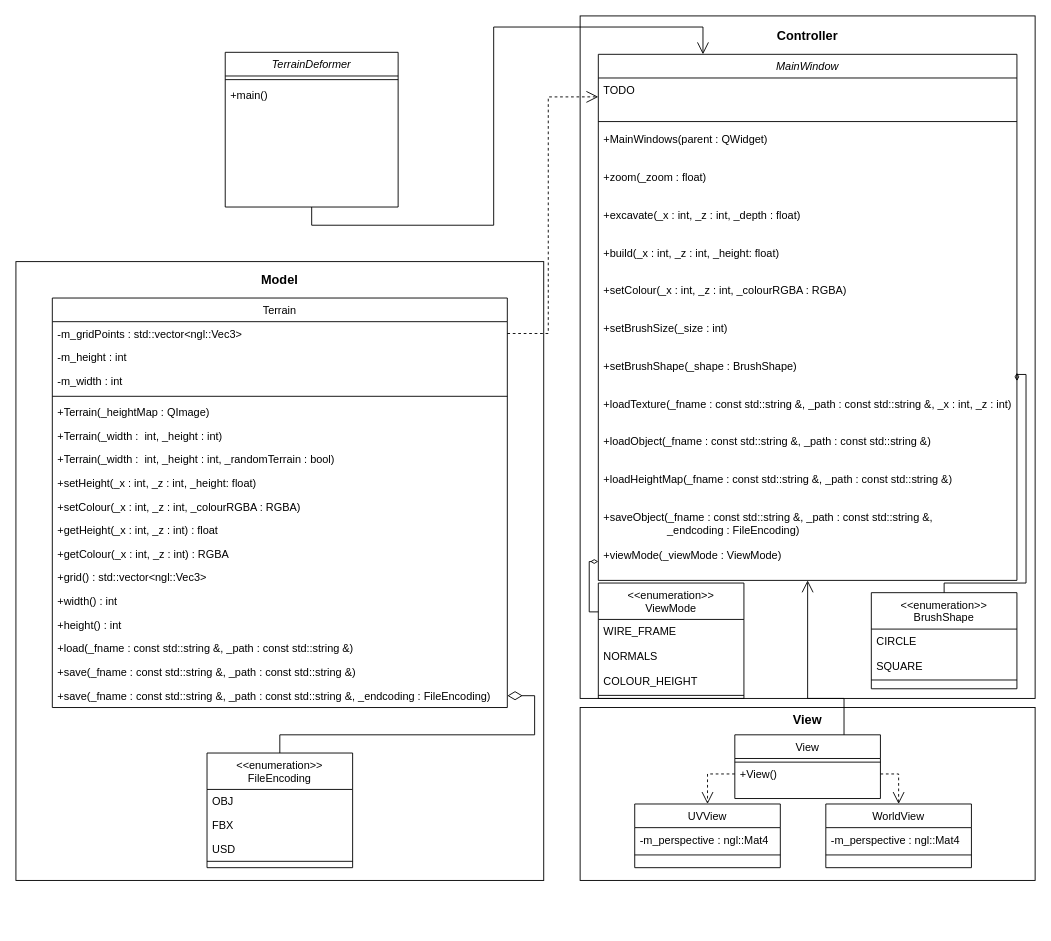
This is img/ase_class_diagram.drawio from Olluo/geometry-clipmaps-demo, a draw.io file, before an edit. Source tidied: cells renumbered, new cells numbered last; positions are measured from the earlier drawing's top-left corner, leaving out a move shared by most shapes. Both pictures are drawn from the tidied source at 91%, with x=0, y=0 at pixel (15, 15).
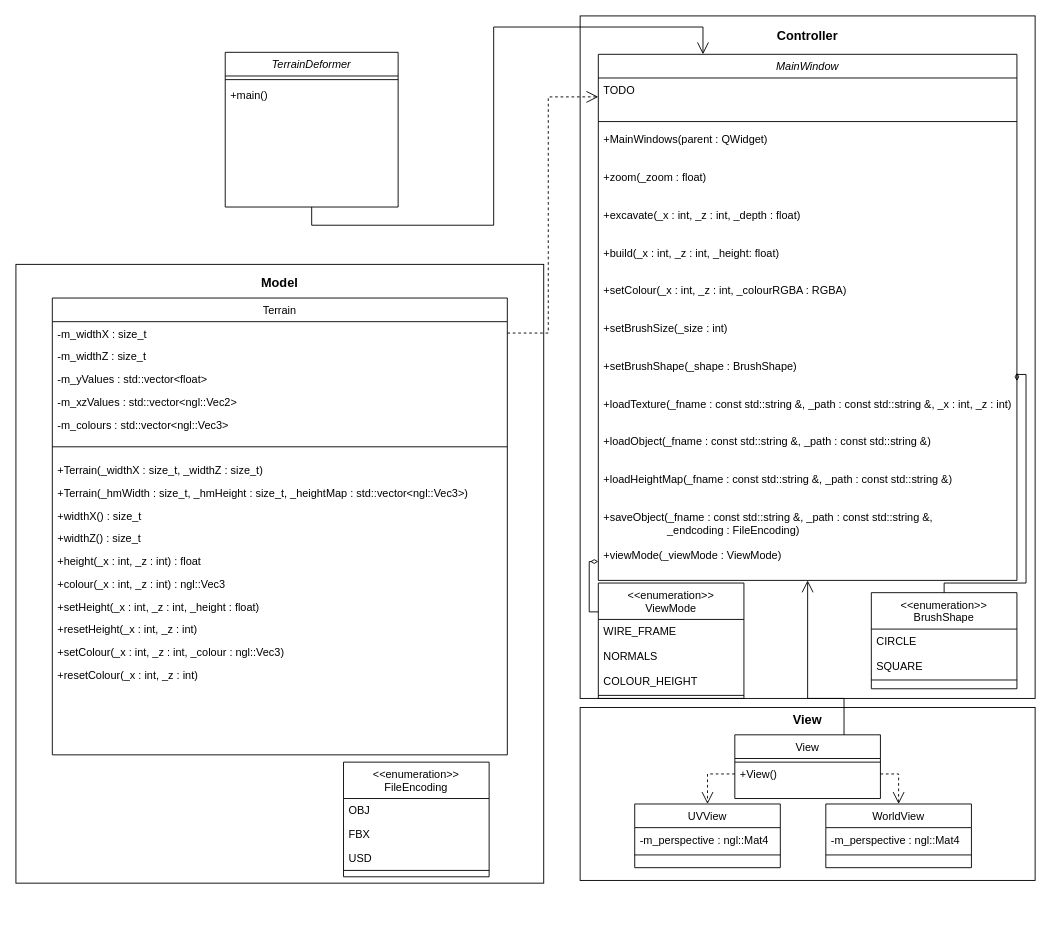
The same diagram, later.

The edit, as a diff of the source:
```diff
@@
     <mxCell id="2" style="group;" parent="1" vertex="1">
-      <mxGeometry y="270" width="580" height="680" as="geometry" />
+      <mxGeometry y="273" width="580" height="726" as="geometry" />
     </mxCell>
@@
+    <mxCell id="52" value="&lt;&lt;enumeration&gt;&gt;&#10;FileEncoding" style="swimlane;fontStyle=0;align=center;verticalAlign=top;horizontal=1;startSize=40;rounded=0;shadow=0;strokeWidth=1;" parent="2" vertex="1">
+      <mxGeometry x="360" y="547" width="160" height="126" as="geometry" />
+    </mxCell>
+    <mxCell id="53" value="OBJ" style="text;align=left;verticalAlign=top;spacingLeft=4;spacingRight=4;overflow=hidden;" parent="52" vertex="1">
+      <mxGeometry y="40" width="160" height="26" as="geometry" />
+    </mxCell>
+    <mxCell id="54" value="FBX" style="text;align=left;verticalAlign=top;spacingLeft=4;spacingRight=4;overflow=hidden;" parent="52" vertex="1">
+      <mxGeometry y="66" width="160" height="26" as="geometry" />
+    </mxCell>
+    <mxCell id="55" value="USD" style="text;align=left;verticalAlign=top;spacingLeft=4;spacingRight=4;overflow=hidden;" parent="52" vertex="1">
+      <mxGeometry y="92" width="160" height="26" as="geometry" />
+    </mxCell>
+    <mxCell id="56" style="line;html=1;strokeWidth=1;align=left;verticalAlign=middle;spacingTop=-1;spacingLeft=3;spacingRight=3;labelPosition=right;" parent="52" vertex="1">
+      <mxGeometry y="118" width="160" height="2" as="geometry" />
+    </mxCell>
@@
     <mxCell id="34" value="Terrain" style="swimlane;fontStyle=0;align=center;verticalAlign=top;horizontal=1;startSize=26;rounded=0;shadow=0;strokeWidth=1;" parent="1" vertex="1">
-      <mxGeometry x="40" y="310" width="500" height="450" as="geometry" />
+      <mxGeometry x="40" y="310" width="500" height="502" as="geometry" />
     </mxCell>
-    <mxCell id="35" value="-m_gridPoints : std::vector&lt;ngl::Vec3&gt;" style="text;align=left;verticalAlign=top;spacingLeft=4;spacingRight=4;overflow=hidden;points=[[0,0.5],[1,0.5]];portConstraint=eastwest;" parent="34" vertex="1">
-      <mxGeometry y="26" width="500" height="26" as="geometry" />
+    <mxCell id="35" value="-m_widthX : size_t" style="text;align=left;verticalAlign=top;spacingLeft=4;spacingRight=4;overflow=hidden;points=[[0,0.5],[1,0.5]];portConstraint=eastwest;" parent="34" vertex="1">
+      <mxGeometry y="26" width="500" height="25" as="geometry" />
     </mxCell>
-    <mxCell id="36" value="-m_height : int" style="text;align=left;verticalAlign=top;spacingLeft=4;spacingRight=4;overflow=hidden;" parent="34" vertex="1">
-      <mxGeometry y="52" width="500" height="26" as="geometry" />
-    </mxCell>
-    <mxCell id="37" value="-m_width : int" style="text;align=left;verticalAlign=top;spacingLeft=4;spacingRight=4;overflow=hidden;" parent="34" vertex="1">
-      <mxGeometry y="78" width="500" height="26" as="geometry" />
-    </mxCell>
+    <mxCell id="78" value="-m_widthZ : size_t" style="text;align=left;verticalAlign=top;spacingLeft=4;spacingRight=4;overflow=hidden;" parent="34" vertex="1">
+      <mxGeometry y="51" width="500" height="25" as="geometry" />
+    </mxCell>
+    <mxCell id="79" value="-m_yValues : std::vector&lt;float&gt;" style="text;align=left;verticalAlign=top;spacingLeft=4;spacingRight=4;overflow=hidden;" parent="34" vertex="1">
+      <mxGeometry y="76" width="500" height="25" as="geometry" />
+    </mxCell>
+    <mxCell id="80" value="-m_xzValues : std::vector&lt;ngl::Vec2&gt;" style="text;align=left;verticalAlign=top;spacingLeft=4;spacingRight=4;overflow=hidden;" parent="34" vertex="1">
+      <mxGeometry y="101" width="500" height="25" as="geometry" />
+    </mxCell>
+    <mxCell id="81" value="-m_colours : std::vector&lt;ngl::Vec3&gt;" style="text;align=left;verticalAlign=top;spacingLeft=4;spacingRight=4;overflow=hidden;" parent="34" vertex="1">
+      <mxGeometry y="126" width="500" height="25" as="geometry" />
+    </mxCell>
     <mxCell id="38" style="line;html=1;strokeWidth=1;align=left;verticalAlign=middle;spacingTop=-1;spacingLeft=3;spacingRight=3;labelPosition=right;" parent="34" vertex="1">
-      <mxGeometry y="104" width="500" height="8" as="geometry" />
+      <mxGeometry y="151" width="500" height="25" as="geometry" />
     </mxCell>
-    <mxCell id="39" value="+Terrain(_heightMap : QImage)" style="text;align=left;verticalAlign=top;spacingLeft=4;spacingRight=4;overflow=hidden;" parent="34" vertex="1">
-      <mxGeometry y="112" width="500" height="26" as="geometry" />
-    </mxCell>
-    <mxCell id="40" value="+Terrain(_width :  int, _height : int)" style="text;align=left;verticalAlign=top;spacingLeft=4;spacingRight=4;overflow=hidden;" parent="34" vertex="1">
-      <mxGeometry y="138" width="500" height="26" as="geometry" />
-    </mxCell>
-    <mxCell id="41" value="+Terrain(_width :  int, _height : int, _randomTerrain : bool)" style="text;align=left;verticalAlign=top;spacingLeft=4;spacingRight=4;overflow=hidden;" parent="34" vertex="1">
-      <mxGeometry y="164" width="500" height="26" as="geometry" />
-    </mxCell>
-    <mxCell id="42" value="+setHeight(_x : int, _z : int, _height: float)" style="text;align=left;verticalAlign=top;spacingLeft=4;spacingRight=4;overflow=hidden;" parent="34" vertex="1">
-      <mxGeometry y="190" width="500" height="26" as="geometry" />
-    </mxCell>
-    <mxCell id="43" value="+setColour(_x : int, _z : int, _colourRGBA : RGBA)" style="text;align=left;verticalAlign=top;spacingLeft=4;spacingRight=4;overflow=hidden;" parent="34" vertex="1">
-      <mxGeometry y="216" width="500" height="26" as="geometry" />
-    </mxCell>
-    <mxCell id="44" value="+getHeight(_x : int, _z : int) : float" style="text;align=left;verticalAlign=top;spacingLeft=4;spacingRight=4;overflow=hidden;" parent="34" vertex="1">
-      <mxGeometry y="242" width="500" height="26" as="geometry" />
-    </mxCell>
-    <mxCell id="45" value="+getColour(_x : int, _z : int) : RGBA" style="text;align=left;verticalAlign=top;spacingLeft=4;spacingRight=4;overflow=hidden;" parent="34" vertex="1">
-      <mxGeometry y="268" width="500" height="26" as="geometry" />
-    </mxCell>
-    <mxCell id="46" value="+grid() : std::vector&lt;ngl::Vec3&gt;" style="text;align=left;verticalAlign=top;spacingLeft=4;spacingRight=4;overflow=hidden;" parent="34" vertex="1">
-      <mxGeometry y="294" width="500" height="26" as="geometry" />
-    </mxCell>
-    <mxCell id="47" value="+width() : int" style="text;align=left;verticalAlign=top;spacingLeft=4;spacingRight=4;overflow=hidden;" parent="34" vertex="1">
-      <mxGeometry y="320" width="500" height="26" as="geometry" />
-    </mxCell>
-    <mxCell id="48" value="+height() : int" style="text;align=left;verticalAlign=top;spacingLeft=4;spacingRight=4;overflow=hidden;" parent="34" vertex="1">
-      <mxGeometry y="346" width="500" height="26" as="geometry" />
-    </mxCell>
-    <mxCell id="49" value="+load(_fname : const std::string &amp;, _path : const std::string &amp;)" style="text;align=left;verticalAlign=top;spacingLeft=4;spacingRight=4;overflow=hidden;" parent="34" vertex="1">
-      <mxGeometry y="372" width="500" height="26" as="geometry" />
-    </mxCell>
-    <mxCell id="50" value="+save(_fname : const std::string &amp;, _path : const std::string &amp;)" style="text;align=left;verticalAlign=top;spacingLeft=4;spacingRight=4;overflow=hidden;" parent="34" vertex="1">
-      <mxGeometry y="398" width="500" height="26" as="geometry" />
-    </mxCell>
-    <mxCell id="51" value="+save(_fname : const std::string &amp;, _path : const std::string &amp;, _endcoding : FileEncoding)" style="text;align=left;verticalAlign=top;spacingLeft=4;spacingRight=4;overflow=hidden;points=[[0,0.5],[1,0.5]];portConstraint=eastwest;" parent="34" vertex="1">
-      <mxGeometry y="424" width="500" height="26" as="geometry" />
-    </mxCell>
-    <mxCell id="52" value="&lt;&lt;enumeration&gt;&gt;&#10;FileEncoding" style="swimlane;fontStyle=0;align=center;verticalAlign=top;horizontal=1;startSize=40;rounded=0;shadow=0;strokeWidth=1;" parent="1" vertex="1">
-      <mxGeometry x="210" y="810" width="160" height="126" as="geometry" />
-    </mxCell>
-    <mxCell id="53" value="OBJ" style="text;align=left;verticalAlign=top;spacingLeft=4;spacingRight=4;overflow=hidden;" parent="52" vertex="1">
-      <mxGeometry y="40" width="160" height="26" as="geometry" />
-    </mxCell>
-    <mxCell id="54" value="FBX" style="text;align=left;verticalAlign=top;spacingLeft=4;spacingRight=4;overflow=hidden;" parent="52" vertex="1">
-      <mxGeometry y="66" width="160" height="26" as="geometry" />
-    </mxCell>
-    <mxCell id="55" value="USD" style="text;align=left;verticalAlign=top;spacingLeft=4;spacingRight=4;overflow=hidden;" parent="52" vertex="1">
-      <mxGeometry y="92" width="160" height="26" as="geometry" />
-    </mxCell>
-    <mxCell id="56" style="line;html=1;strokeWidth=1;align=left;verticalAlign=middle;spacingTop=-1;spacingLeft=3;spacingRight=3;labelPosition=right;" parent="52" vertex="1">
-      <mxGeometry y="118" width="160" height="2" as="geometry" />
-    </mxCell>
-    <mxCell id="57" style="edgeStyle=orthogonalEdgeStyle;rounded=0;jettySize=auto;html=1;exitX=1;exitY=0.5;exitDx=0;exitDy=0;entryX=0.5;entryY=0;entryDx=0;entryDy=0;startArrow=diamondThin;startFill=0;endArrow=none;endFill=0;strokeWidth=1;jumpSize=10;endSize=11;startSize=14;" parent="1" edge="1" source="51" target="52">
-      <mxGeometry relative="1" as="geometry" />
-    </mxCell>
+    <mxCell id="82" value="+Terrain(_widthX : size_t, _widthZ : size_t)" style="text;align=left;verticalAlign=top;spacingLeft=4;spacingRight=4;overflow=hidden;" parent="34" vertex="1">
+      <mxGeometry y="176" width="500" height="25" as="geometry" />
+    </mxCell>
+    <mxCell id="83" value="+Terrain(_hmWidth : size_t, _hmHeight : size_t, _heightMap : std::vector&lt;ngl::Vec3&gt;)" style="text;align=left;verticalAlign=top;spacingLeft=4;spacingRight=4;overflow=hidden;" parent="34" vertex="1">
+      <mxGeometry y="201" width="500" height="25" as="geometry" />
+    </mxCell>
+    <mxCell id="84" value="+widthX() : size_t" style="text;align=left;verticalAlign=top;spacingLeft=4;spacingRight=4;overflow=hidden;" parent="34" vertex="1">
+      <mxGeometry y="226" width="500" height="25" as="geometry" />
+    </mxCell>
+    <mxCell id="85" value="+widthZ() : size_t" style="text;align=left;verticalAlign=top;spacingLeft=4;spacingRight=4;overflow=hidden;" parent="34" vertex="1">
+      <mxGeometry y="251" width="500" height="25" as="geometry" />
+    </mxCell>
+    <mxCell id="86" value="+height(_x : int, _z : int) : float" style="text;align=left;verticalAlign=top;spacingLeft=4;spacingRight=4;overflow=hidden;" parent="34" vertex="1">
+      <mxGeometry y="276" width="500" height="25" as="geometry" />
+    </mxCell>
+    <mxCell id="87" value="+colour(_x : int, _z : int) : ngl::Vec3" style="text;align=left;verticalAlign=top;spacingLeft=4;spacingRight=4;overflow=hidden;" parent="34" vertex="1">
+      <mxGeometry y="301" width="500" height="25" as="geometry" />
+    </mxCell>
+    <mxCell id="88" value="+setHeight(_x : int, _z : int, _height : float) " style="text;align=left;verticalAlign=top;spacingLeft=4;spacingRight=4;overflow=hidden;" parent="34" vertex="1">
+      <mxGeometry y="326" width="500" height="25" as="geometry" />
+    </mxCell>
+    <mxCell id="89" value="+resetHeight(_x : int, _z : int) " style="text;align=left;verticalAlign=top;spacingLeft=4;spacingRight=4;overflow=hidden;" parent="34" vertex="1">
+      <mxGeometry y="351" width="500" height="25" as="geometry" />
+    </mxCell>
+    <mxCell id="90" value="+setColour(_x : int, _z : int, _colour : ngl::Vec3) " style="text;align=left;verticalAlign=top;spacingLeft=4;spacingRight=4;overflow=hidden;" parent="34" vertex="1">
+      <mxGeometry y="376" width="500" height="25" as="geometry" />
+    </mxCell>
+    <mxCell id="91" value="+resetColour(_x : int, _z : int) " style="text;align=left;verticalAlign=top;spacingLeft=4;spacingRight=4;overflow=hidden;" parent="34" vertex="1">
+      <mxGeometry y="401" width="500" height="25" as="geometry" />
+    </mxCell>
```
